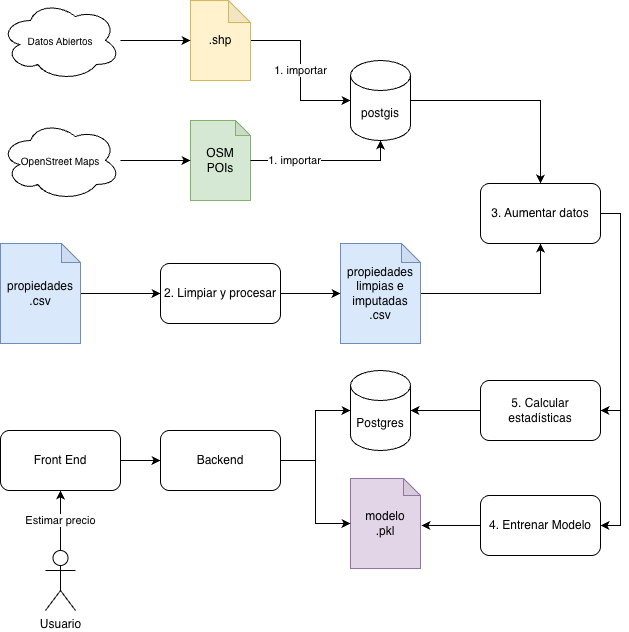
Before: documento/Images/metodologia/arquitectura_app.png, a diagram exported from draw.io (thordickinson/maestria-ia). Source tidied: cells renumbered, new cells last; positions are measured from the earlier drawing's top-left corner, leaving out a move shared by most shapes. Its diagram source:
```xml
<mxGraphModel>
  <root>
    <mxCell id="0" />
    <mxCell id="1" parent="0" />
    <mxCell id="2" style="edgeStyle=orthogonalEdgeStyle;rounded=0;jettySize=auto;html=1;entryX=0.5;entryY=0;entryDx=0;entryDy=0;" parent="1" edge="1" source="3" target="10">
      <mxGeometry relative="1" as="geometry" />
    </mxCell>
    <mxCell id="3" value="postgis" style="shape=cylinder3;whiteSpace=wrap;html=1;boundedLbl=1;backgroundOutline=1;size=15;" parent="1" vertex="1">
      <mxGeometry x="350" y="60" width="60" height="80" as="geometry" />
    </mxCell>
    <mxCell id="4" value="1. importar" style="edgeStyle=orthogonalEdgeStyle;rounded=0;jettySize=auto;html=1;entryX=0;entryY=0.5;entryDx=0;entryDy=0;entryPerimeter=0;" parent="1" edge="1" source="23" target="3">
      <mxGeometry relative="1" as="geometry" />
    </mxCell>
    <mxCell id="5" value="OSM&lt;div&gt;POIs&lt;/div&gt;" style="shape=note;whiteSpace=wrap;html=1;backgroundOutline=1;darkOpacity=0.05;size=15;fillColor=#d5e8d4;strokeColor=#82b366;" parent="1" vertex="1">
      <mxGeometry x="190" y="120" width="60" height="80" as="geometry" />
    </mxCell>
    <mxCell id="6" value="1. importar" style="edgeStyle=orthogonalEdgeStyle;rounded=0;jettySize=auto;html=1;entryX=0.5;entryY=1;entryDx=0;entryDy=0;entryPerimeter=0;" parent="1" edge="1" source="5" target="3">
      <mxGeometry x="-0.41" relative="1" as="geometry" />
    </mxCell>
    <mxCell id="7" value="Postgres" style="shape=cylinder3;whiteSpace=wrap;html=1;boundedLbl=1;backgroundOutline=1;size=15;" parent="1" vertex="1">
      <mxGeometry x="350" y="370" width="60" height="80" as="geometry" />
    </mxCell>
    <mxCell id="8" style="edgeStyle=orthogonalEdgeStyle;rounded=0;jettySize=auto;html=1;" parent="1" edge="1" source="10" target="17">
      <mxGeometry relative="1" as="geometry">
        <Array as="points">
          <mxPoint x="620" y="213" />
          <mxPoint x="620" y="410" />
        </Array>
      </mxGeometry>
    </mxCell>
    <mxCell id="9" style="edgeStyle=orthogonalEdgeStyle;rounded=0;jettySize=auto;html=1;entryX=1;entryY=0.5;entryDx=0;entryDy=0;" parent="1" edge="1" source="10" target="18">
      <mxGeometry relative="1" as="geometry">
        <Array as="points">
          <mxPoint x="620" y="213" />
          <mxPoint x="620" y="525" />
        </Array>
      </mxGeometry>
    </mxCell>
    <mxCell id="10" value="3. Aumentar datos" style="rounded=1;whiteSpace=wrap;html=1;" parent="1" vertex="1">
      <mxGeometry x="480" y="183" width="120" height="60" as="geometry" />
    </mxCell>
    <mxCell id="11" style="edgeStyle=orthogonalEdgeStyle;rounded=0;jettySize=auto;html=1;" parent="1" edge="1" source="12" target="13">
      <mxGeometry relative="1" as="geometry" />
    </mxCell>
    <mxCell id="12" value="propiedades&lt;div&gt;.csv&lt;/div&gt;" style="shape=note;whiteSpace=wrap;html=1;backgroundOutline=1;darkOpacity=0.05;size=19;fillColor=#dae8fc;strokeColor=#6c8ebf;" parent="1" vertex="1">
      <mxGeometry y="243" width="80" height="100" as="geometry" />
    </mxCell>
    <mxCell id="13" value="2. Limpiar y procesar" style="rounded=1;whiteSpace=wrap;html=1;" parent="1" vertex="1">
      <mxGeometry x="160" y="263" width="120" height="60" as="geometry" />
    </mxCell>
    <mxCell id="14" style="edgeStyle=orthogonalEdgeStyle;rounded=0;jettySize=auto;html=1;entryX=0.5;entryY=1;entryDx=0;entryDy=0;" parent="1" edge="1" source="15" target="10">
      <mxGeometry relative="1" as="geometry" />
    </mxCell>
    <mxCell id="15" value="propiedades&lt;div&gt;limpias e imputadas&lt;br&gt;&lt;div&gt;.csv&lt;/div&gt;&lt;/div&gt;" style="shape=note;whiteSpace=wrap;html=1;backgroundOutline=1;darkOpacity=0.05;size=19;fillColor=#dae8fc;strokeColor=#6c8ebf;" parent="1" vertex="1">
      <mxGeometry x="340" y="243" width="80" height="100" as="geometry" />
    </mxCell>
    <mxCell id="16" style="edgeStyle=orthogonalEdgeStyle;rounded=0;jettySize=auto;html=1;entryX=0;entryY=0.5;entryDx=0;entryDy=0;entryPerimeter=0;" parent="1" edge="1" source="13" target="15">
      <mxGeometry relative="1" as="geometry" />
    </mxCell>
    <mxCell id="17" value="5. Calcular estadísticas" style="rounded=1;whiteSpace=wrap;html=1;" parent="1" vertex="1">
      <mxGeometry x="480" y="380" width="120" height="60" as="geometry" />
    </mxCell>
    <mxCell id="18" value="4. Entrenar Modelo" style="rounded=1;whiteSpace=wrap;html=1;" parent="1" vertex="1">
      <mxGeometry x="480" y="495" width="120" height="60" as="geometry" />
    </mxCell>
    <mxCell id="19" value="Backend" style="rounded=1;whiteSpace=wrap;html=1;" parent="1" vertex="1">
      <mxGeometry x="160" y="430" width="120" height="60" as="geometry" />
    </mxCell>
    <mxCell id="20" style="edgeStyle=orthogonalEdgeStyle;rounded=0;jettySize=auto;html=1;entryX=0;entryY=0.5;entryDx=0;entryDy=0;" parent="1" edge="1" source="21" target="19">
      <mxGeometry relative="1" as="geometry" />
    </mxCell>
    <mxCell id="21" value="Front End" style="rounded=1;whiteSpace=wrap;html=1;" parent="1" vertex="1">
      <mxGeometry y="430" width="120" height="60" as="geometry" />
    </mxCell>
    <mxCell id="22" value="modelo&lt;div&gt;.pkl&lt;/div&gt;" style="shape=note;whiteSpace=wrap;html=1;backgroundOutline=1;darkOpacity=0.05;size=17;fillColor=#e1d5e7;strokeColor=#9673a6;" parent="1" vertex="1">
      <mxGeometry x="350" y="478" width="70" height="90" as="geometry" />
    </mxCell>
    <mxCell id="23" value=".shp" style="shape=note;whiteSpace=wrap;html=1;backgroundOutline=1;darkOpacity=0.05;size=22;fillColor=#fff2cc;strokeColor=#d6b656;" parent="1" vertex="1">
      <mxGeometry x="190" width="60" height="80" as="geometry" />
    </mxCell>
    <mxCell id="24" style="edgeStyle=orthogonalEdgeStyle;rounded=0;jettySize=auto;html=1;entryX=1;entryY=0.5;entryDx=0;entryDy=0;entryPerimeter=0;" parent="1" edge="1" source="17" target="7">
      <mxGeometry relative="1" as="geometry" />
    </mxCell>
    <mxCell id="25" style="edgeStyle=orthogonalEdgeStyle;rounded=0;jettySize=auto;html=1;entryX=1.014;entryY=0.522;entryDx=0;entryDy=0;entryPerimeter=0;" parent="1" edge="1" source="18" target="22">
      <mxGeometry relative="1" as="geometry" />
    </mxCell>
    <mxCell id="26" style="edgeStyle=orthogonalEdgeStyle;rounded=0;jettySize=auto;html=1;entryX=0;entryY=0.5;entryDx=0;entryDy=0;entryPerimeter=0;" parent="1" edge="1" source="19" target="7">
      <mxGeometry relative="1" as="geometry" />
    </mxCell>
    <mxCell id="27" style="edgeStyle=orthogonalEdgeStyle;rounded=0;jettySize=auto;html=1;entryX=0;entryY=0.5;entryDx=0;entryDy=0;entryPerimeter=0;" parent="1" edge="1" source="19" target="22">
      <mxGeometry relative="1" as="geometry" />
    </mxCell>
    <mxCell id="28" value="Datos Abiertos" style="ellipse;shape=cloud;whiteSpace=wrap;html=1;fontSize=10;" parent="1" vertex="1">
      <mxGeometry width="120" height="80" as="geometry" />
    </mxCell>
    <mxCell id="29" value="OpenStreet Maps" style="ellipse;shape=cloud;whiteSpace=wrap;html=1;fontSize=10;" parent="1" vertex="1">
      <mxGeometry y="120" width="120" height="80" as="geometry" />
    </mxCell>
    <mxCell id="30" style="edgeStyle=orthogonalEdgeStyle;rounded=0;jettySize=auto;html=1;entryX=0;entryY=0.5;entryDx=0;entryDy=0;entryPerimeter=0;" parent="1" edge="1" source="28" target="23">
      <mxGeometry relative="1" as="geometry" />
    </mxCell>
    <mxCell id="31" style="edgeStyle=orthogonalEdgeStyle;rounded=0;jettySize=auto;html=1;entryX=0;entryY=0.5;entryDx=0;entryDy=0;entryPerimeter=0;" parent="1" edge="1" source="29" target="5">
      <mxGeometry relative="1" as="geometry" />
    </mxCell>
    <mxCell id="32" value="Estimar precio" style="edgeStyle=orthogonalEdgeStyle;rounded=0;jettySize=auto;html=1;entryX=0.5;entryY=1;entryDx=0;entryDy=0;" parent="1" edge="1" source="33" target="21">
      <mxGeometry relative="1" as="geometry" />
    </mxCell>
    <mxCell id="33" value="Usuario" style="shape=umlActor;verticalLabelPosition=bottom;verticalAlign=top;html=1;outlineConnect=0;" parent="1" vertex="1">
      <mxGeometry x="45" y="550" width="30" height="60" as="geometry" />
    </mxCell>
  </root>
</mxGraphModel>
```
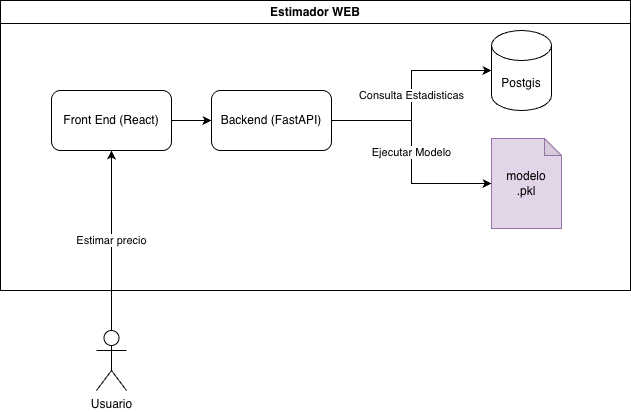
After the commit.

The edit, as a diff of the source:
```diff
@@ -2,111 +2,35 @@
   <root>
     <mxCell id="0" />
     <mxCell id="1" parent="0" />
-    <mxCell id="2" style="edgeStyle=orthogonalEdgeStyle;rounded=0;jettySize=auto;html=1;entryX=0.5;entryY=0;entryDx=0;entryDy=0;" parent="1" edge="1" source="3" target="10">
-      <mxGeometry relative="1" as="geometry" />
+    <mxCell id="2" value="Postgis" style="shape=cylinder3;whiteSpace=wrap;html=1;boundedLbl=1;backgroundOutline=1;size=15;" parent="1" vertex="1">
+      <mxGeometry x="440" y="430" width="60" height="80" as="geometry" />
     </mxCell>
-    <mxCell id="3" value="postgis" style="shape=cylinder3;whiteSpace=wrap;html=1;boundedLbl=1;backgroundOutline=1;size=15;" parent="1" vertex="1">
-      <mxGeometry x="350" y="60" width="60" height="80" as="geometry" />
+    <mxCell id="3" value="Backend (FastAPI)" style="rounded=1;whiteSpace=wrap;html=1;" parent="1" vertex="1">
+      <mxGeometry x="160" y="490" width="120" height="60" as="geometry" />
     </mxCell>
-    <mxCell id="4" value="1. importar" style="edgeStyle=orthogonalEdgeStyle;rounded=0;jettySize=auto;html=1;entryX=0;entryY=0.5;entryDx=0;entryDy=0;entryPerimeter=0;" parent="1" edge="1" source="23" target="3">
+    <mxCell id="4" style="edgeStyle=orthogonalEdgeStyle;rounded=0;jettySize=auto;html=1;entryX=0;entryY=0.5;entryDx=0;entryDy=0;" parent="1" edge="1" source="5" target="3">
       <mxGeometry relative="1" as="geometry" />
     </mxCell>
-    <mxCell id="5" value="OSM&lt;div&gt;POIs&lt;/div&gt;" style="shape=note;whiteSpace=wrap;html=1;backgroundOutline=1;darkOpacity=0.05;size=15;fillColor=#d5e8d4;strokeColor=#82b366;" parent="1" vertex="1">
-      <mxGeometry x="190" y="120" width="60" height="80" as="geometry" />
+    <mxCell id="5" value="Front End (React)" style="rounded=1;whiteSpace=wrap;html=1;" parent="1" vertex="1">
+      <mxGeometry y="490" width="120" height="60" as="geometry" />
     </mxCell>
-    <mxCell id="6" value="1. importar" style="edgeStyle=orthogonalEdgeStyle;rounded=0;jettySize=auto;html=1;entryX=0.5;entryY=1;entryDx=0;entryDy=0;entryPerimeter=0;" parent="1" edge="1" source="5" target="3">
-      <mxGeometry x="-0.41" relative="1" as="geometry" />
+    <mxCell id="6" value="modelo&lt;div&gt;.pkl&lt;/div&gt;" style="shape=note;whiteSpace=wrap;html=1;backgroundOutline=1;darkOpacity=0.05;size=17;fillColor=#e1d5e7;strokeColor=#9673a6;" parent="1" vertex="1">
+      <mxGeometry x="440" y="538" width="70" height="90" as="geometry" />
     </mxCell>
-    <mxCell id="7" value="Postgres" style="shape=cylinder3;whiteSpace=wrap;html=1;boundedLbl=1;backgroundOutline=1;size=15;" parent="1" vertex="1">
-      <mxGeometry x="350" y="370" width="60" height="80" as="geometry" />
+    <mxCell id="7" value="Consulta Estadisticas" style="edgeStyle=orthogonalEdgeStyle;rounded=0;jettySize=auto;html=1;entryX=0;entryY=0.5;entryDx=0;entryDy=0;entryPerimeter=0;" parent="1" edge="1" source="3" target="2">
+      <mxGeometry relative="1" as="geometry" />
     </mxCell>
-    <mxCell id="8" style="edgeStyle=orthogonalEdgeStyle;rounded=0;jettySize=auto;html=1;" parent="1" edge="1" source="10" target="17">
-      <mxGeometry relative="1" as="geometry">
-        <Array as="points">
-          <mxPoint x="620" y="213" />
-          <mxPoint x="620" y="410" />
-        </Array>
-      </mxGeometry>
+    <mxCell id="8" value="Ejecutar Modelo" style="edgeStyle=orthogonalEdgeStyle;rounded=0;jettySize=auto;html=1;entryX=0;entryY=0.5;entryDx=0;entryDy=0;entryPerimeter=0;" parent="1" edge="1" source="3" target="6">
+      <mxGeometry relative="1" as="geometry" />
     </mxCell>
-    <mxCell id="9" style="edgeStyle=orthogonalEdgeStyle;rounded=0;jettySize=auto;html=1;entryX=1;entryY=0.5;entryDx=0;entryDy=0;" parent="1" edge="1" source="10" target="18">
-      <mxGeometry relative="1" as="geometry">
-        <Array as="points">
-          <mxPoint x="620" y="213" />
-          <mxPoint x="620" y="525" />
-        </Array>
-      </mxGeometry>
+    <mxCell id="9" value="Estimar precio" style="edgeStyle=orthogonalEdgeStyle;rounded=0;jettySize=auto;html=1;entryX=0.5;entryY=1;entryDx=0;entryDy=0;" parent="1" edge="1" source="10" target="5">
+      <mxGeometry relative="1" as="geometry" />
     </mxCell>
-    <mxCell id="10" value="3. Aumentar datos" style="rounded=1;whiteSpace=wrap;html=1;" parent="1" vertex="1">
-      <mxGeometry x="480" y="183" width="120" height="60" as="geometry" />
+    <mxCell id="10" value="Usuario" style="shape=umlActor;verticalLabelPosition=bottom;verticalAlign=top;html=1;outlineConnect=0;" parent="1" vertex="1">
+      <mxGeometry x="45" y="730" width="30" height="60" as="geometry" />
     </mxCell>
-    <mxCell id="11" style="edgeStyle=orthogonalEdgeStyle;rounded=0;jettySize=auto;html=1;" parent="1" edge="1" source="12" target="13">
-      <mxGeometry relative="1" as="geometry" />
+    <mxCell id="11" value="Estimador WEB" style="swimlane;whiteSpace=wrap;html=1;" parent="1" vertex="1">
+      <mxGeometry x="-51" y="400" width="630" height="290" as="geometry" />
     </mxCell>
-    <mxCell id="12" value="propiedades&lt;div&gt;.csv&lt;/div&gt;" style="shape=note;whiteSpace=wrap;html=1;backgroundOutline=1;darkOpacity=0.05;size=19;fillColor=#dae8fc;strokeColor=#6c8ebf;" parent="1" vertex="1">
-      <mxGeometry y="243" width="80" height="100" as="geometry" />
-    </mxCell>
-    <mxCell id="13" value="2. Limpiar y procesar" style="rounded=1;whiteSpace=wrap;html=1;" parent="1" vertex="1">
-      <mxGeometry x="160" y="263" width="120" height="60" as="geometry" />
-    </mxCell>
-    <mxCell id="14" style="edgeStyle=orthogonalEdgeStyle;rounded=0;jettySize=auto;html=1;entryX=0.5;entryY=1;entryDx=0;entryDy=0;" parent="1" edge="1" source="15" target="10">
-      <mxGeometry relative="1" as="geometry" />
-    </mxCell>
-    <mxCell id="15" value="propiedades&lt;div&gt;limpias e imputadas&lt;br&gt;&lt;div&gt;.csv&lt;/div&gt;&lt;/div&gt;" style="shape=note;whiteSpace=wrap;html=1;backgroundOutline=1;darkOpacity=0.05;size=19;fillColor=#dae8fc;strokeColor=#6c8ebf;" parent="1" vertex="1">
-      <mxGeometry x="340" y="243" width="80" height="100" as="geometry" />
-    </mxCell>
-    <mxCell id="16" style="edgeStyle=orthogonalEdgeStyle;rounded=0;jettySize=auto;html=1;entryX=0;entryY=0.5;entryDx=0;entryDy=0;entryPerimeter=0;" parent="1" edge="1" source="13" target="15">
-      <mxGeometry relative="1" as="geometry" />
-    </mxCell>
-    <mxCell id="17" value="5. Calcular estadísticas" style="rounded=1;whiteSpace=wrap;html=1;" parent="1" vertex="1">
-      <mxGeometry x="480" y="380" width="120" height="60" as="geometry" />
-    </mxCell>
-    <mxCell id="18" value="4. Entrenar Modelo" style="rounded=1;whiteSpace=wrap;html=1;" parent="1" vertex="1">
-      <mxGeometry x="480" y="495" width="120" height="60" as="geometry" />
-    </mxCell>
-    <mxCell id="19" value="Backend" style="rounded=1;whiteSpace=wrap;html=1;" parent="1" vertex="1">
-      <mxGeometry x="160" y="430" width="120" height="60" as="geometry" />
-    </mxCell>
-    <mxCell id="20" style="edgeStyle=orthogonalEdgeStyle;rounded=0;jettySize=auto;html=1;entryX=0;entryY=0.5;entryDx=0;entryDy=0;" parent="1" edge="1" source="21" target="19">
-      <mxGeometry relative="1" as="geometry" />
-    </mxCell>
-    <mxCell id="21" value="Front End" style="rounded=1;whiteSpace=wrap;html=1;" parent="1" vertex="1">
-      <mxGeometry y="430" width="120" height="60" as="geometry" />
-    </mxCell>
-    <mxCell id="22" value="modelo&lt;div&gt;.pkl&lt;/div&gt;" style="shape=note;whiteSpace=wrap;html=1;backgroundOutline=1;darkOpacity=0.05;size=17;fillColor=#e1d5e7;strokeColor=#9673a6;" parent="1" vertex="1">
-      <mxGeometry x="350" y="478" width="70" height="90" as="geometry" />
-    </mxCell>
-    <mxCell id="23" value=".shp" style="shape=note;whiteSpace=wrap;html=1;backgroundOutline=1;darkOpacity=0.05;size=22;fillColor=#fff2cc;strokeColor=#d6b656;" parent="1" vertex="1">
-      <mxGeometry x="190" width="60" height="80" as="geometry" />
-    </mxCell>
-    <mxCell id="24" style="edgeStyle=orthogonalEdgeStyle;rounded=0;jettySize=auto;html=1;entryX=1;entryY=0.5;entryDx=0;entryDy=0;entryPerimeter=0;" parent="1" edge="1" source="17" target="7">
-      <mxGeometry relative="1" as="geometry" />
-    </mxCell>
-    <mxCell id="25" style="edgeStyle=orthogonalEdgeStyle;rounded=0;jettySize=auto;html=1;entryX=1.014;entryY=0.522;entryDx=0;entryDy=0;entryPerimeter=0;" parent="1" edge="1" source="18" target="22">
-      <mxGeometry relative="1" as="geometry" />
-    </mxCell>
-    <mxCell id="26" style="edgeStyle=orthogonalEdgeStyle;rounded=0;jettySize=auto;html=1;entryX=0;entryY=0.5;entryDx=0;entryDy=0;entryPerimeter=0;" parent="1" edge="1" source="19" target="7">
-      <mxGeometry relative="1" as="geometry" />
-    </mxCell>
-    <mxCell id="27" style="edgeStyle=orthogonalEdgeStyle;rounded=0;jettySize=auto;html=1;entryX=0;entryY=0.5;entryDx=0;entryDy=0;entryPerimeter=0;" parent="1" edge="1" source="19" target="22">
-      <mxGeometry relative="1" as="geometry" />
-    </mxCell>
-    <mxCell id="28" value="Datos Abiertos" style="ellipse;shape=cloud;whiteSpace=wrap;html=1;fontSize=10;" parent="1" vertex="1">
-      <mxGeometry width="120" height="80" as="geometry" />
-    </mxCell>
-    <mxCell id="29" value="OpenStreet Maps" style="ellipse;shape=cloud;whiteSpace=wrap;html=1;fontSize=10;" parent="1" vertex="1">
-      <mxGeometry y="120" width="120" height="80" as="geometry" />
-    </mxCell>
-    <mxCell id="30" style="edgeStyle=orthogonalEdgeStyle;rounded=0;jettySize=auto;html=1;entryX=0;entryY=0.5;entryDx=0;entryDy=0;entryPerimeter=0;" parent="1" edge="1" source="28" target="23">
-      <mxGeometry relative="1" as="geometry" />
-    </mxCell>
-    <mxCell id="31" style="edgeStyle=orthogonalEdgeStyle;rounded=0;jettySize=auto;html=1;entryX=0;entryY=0.5;entryDx=0;entryDy=0;entryPerimeter=0;" parent="1" edge="1" source="29" target="5">
-      <mxGeometry relative="1" as="geometry" />
-    </mxCell>
-    <mxCell id="32" value="Estimar precio" style="edgeStyle=orthogonalEdgeStyle;rounded=0;jettySize=auto;html=1;entryX=0.5;entryY=1;entryDx=0;entryDy=0;" parent="1" edge="1" source="33" target="21">
-      <mxGeometry relative="1" as="geometry" />
-    </mxCell>
-    <mxCell id="33" value="Usuario" style="shape=umlActor;verticalLabelPosition=bottom;verticalAlign=top;html=1;outlineConnect=0;" parent="1" vertex="1">
-      <mxGeometry x="45" y="550" width="30" height="60" as="geometry" />
-    </mxCell>
   </root>
 </mxGraphModel>
```
